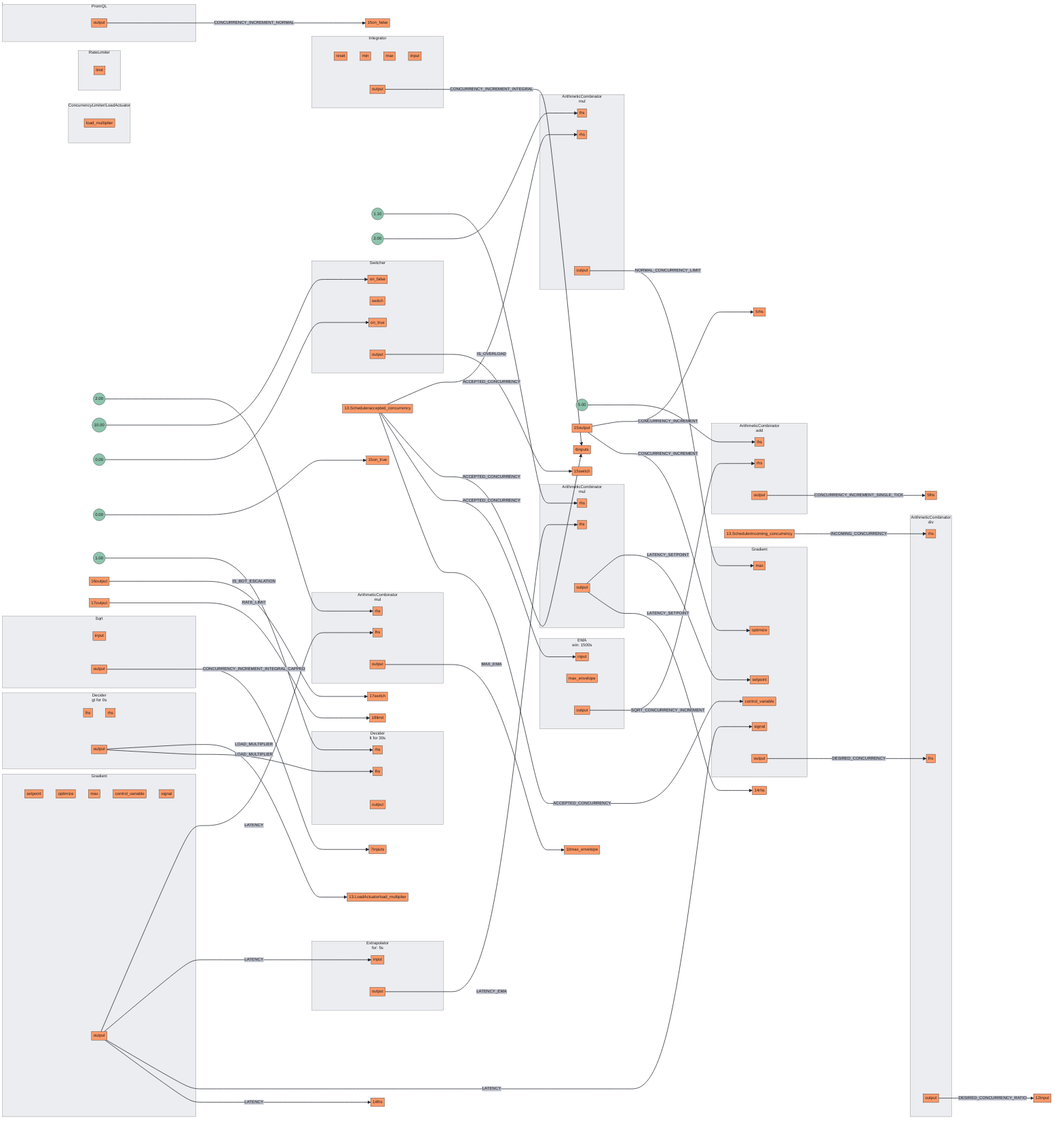
Above: docs/content/tutorials/flow-control/rate-limiting/assets/dynamic-rate-limiting/dynamic-rate-limiting.mmd.png in fluxninja/aperture (Mermaid), before the change. Its source is kept beside it as docs/content/tutorials/flow-control/rate-limiting/assets/dynamic-rate-limiting/dynamic-rate-limiting.mmd.
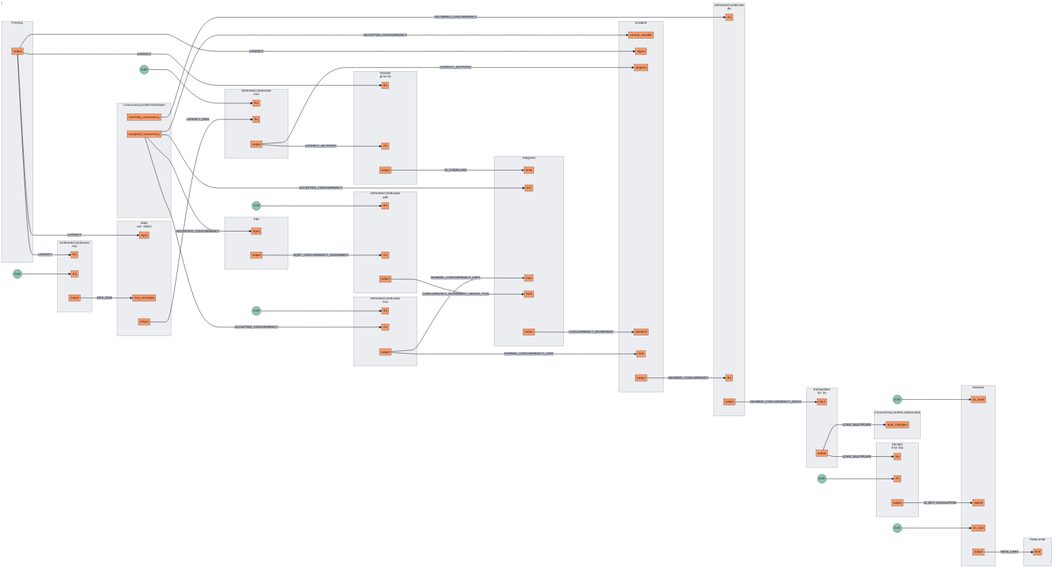
Later version of the same file.

The edit, as a diff of the source:
```diff
@@ -10,26 +10,26 @@
 0output[output]
 end
 end
-FakeConstant0((2.00))
+FakeConstant0((0.00))
 FakeConstant0 --> 0rhs
 subgraph 1[<center>ArithmeticCombinator<br/>mul</center>]
 subgraph 1_inports[ ]
 style 1_inports fill:none,stroke:none
+1rhs[rhs]
 1lhs[lhs]
-1rhs[rhs]
 end
 subgraph 1_outports[ ]
 style 1_outports fill:none,stroke:none
 1output[output]
 end
 end
-FakeConstant1((1.10))
+FakeConstant1((0.00))
 FakeConstant1 --> 1rhs
 subgraph 2[<center>ArithmeticCombinator<br/>div</center>]
 subgraph 2_inports[ ]
 style 2_inports fill:none,stroke:none
+2rhs[rhs]
 2lhs[lhs]
-2rhs[rhs]
 end
 subgraph 2_outports[ ]
 style 2_outports fill:none,stroke:none
@@ -47,28 +47,28 @@
 3output[output]
 end
 end
-FakeConstant2((2.00))
+FakeConstant2((0.00))
 FakeConstant2 --> 3lhs
 subgraph 4[<center>ArithmeticCombinator<br/>add</center>]
 subgraph 4_inports[ ]
 style 4_inports fill:none,stroke:none
+4lhs[lhs]
 4rhs[rhs]
-4lhs[lhs]
 end
 subgraph 4_outports[ ]
 style 4_outports fill:none,stroke:none
 4output[output]
 end
 end
-FakeConstant3((5.00))
+FakeConstant3((0.00))
 FakeConstant3 --> 4lhs
 subgraph 5[Integrator]
 subgraph 5_inports[ ]
 style 5_inports fill:none,stroke:none
+5reset[reset]
+5min[min]
 5max[max]
 5input[input]
-5reset[reset]
-5min[min]
 end
 subgraph 5_outports[ ]
 style 5_outports fill:none,stroke:none
@@ -105,11 +105,11 @@
 subgraph 9[Gradient]
 subgraph 9_inports[ ]
 style 9_inports fill:none,stroke:none
+9control_variable[control_variable]
+9signal[signal]
 9setpoint[setpoint]
 9optimize[optimize]
 9max[max]
-9control_variable[control_variable]
-9signal[signal]
 end
 subgraph 9_outports[ ]
 style 9_outports fill:none,stroke:none
@@ -157,7 +157,7 @@
 14output[output]
 end
 end
-FakeConstant4((10.00))
+FakeConstant4((0.00))
 FakeConstant4 --> 14on_false
 FakeConstant5((0.00))
 FakeConstant5 --> 14on_true
@@ -183,30 +183,30 @@
 13output[output]
 end
 end
-FakeConstant6((1.00))
+FakeConstant6((0.00))
 FakeConstant6 --> 13rhs
+0output --> |MAX_EMA| 8max_envelope
+3output --> |NORMAL_CONCURRENCY_LIMIT| 5max
+3output --> |NORMAL_CONCURRENCY_LIMIT| 9max
+4output --> |CONCURRENCY_INCREMENT_SINGLE_TICK| 5input
+10output --> |LOAD_MULTIPLIER| 11.LoadActuatorload_multiplier
+10output --> |LOAD_MULTIPLIER| 13lhs
+6output --> |SQRT_CONCURRENCY_INCREMENT| 4rhs
+8output --> |LATENCY_EMA| 1lhs
+11.Schedulerincoming_concurrency --> |INCOMING_CONCURRENCY| 2rhs
+14output --> |RATE_LIMIT| 15limit
+13output --> |IS_BOT_ESCALATION| 14switch
+1output --> |LATENCY_SETPOINT| 9setpoint
+1output --> |LATENCY_SETPOINT| 12rhs
+5output --> |CONCURRENCY_INCREMENT| 9optimize
+7output --> |LATENCY| 0lhs
+7output --> |LATENCY| 8input
+7output --> |LATENCY| 9signal
+7output --> |LATENCY| 12lhs
 11.Scheduleraccepted_concurrency --> |ACCEPTED_CONCURRENCY| 3rhs
 11.Scheduleraccepted_concurrency --> |ACCEPTED_CONCURRENCY| 5min
 11.Scheduleraccepted_concurrency --> |ACCEPTED_CONCURRENCY| 6input
 11.Scheduleraccepted_concurrency --> |ACCEPTED_CONCURRENCY| 9control_variable
-11.Schedulerincoming_concurrency --> |INCOMING_CONCURRENCY| 2rhs
-3output --> |NORMAL_CONCURRENCY_LIMIT| 5max
-3output --> |NORMAL_CONCURRENCY_LIMIT| 9max
-5output --> |CONCURRENCY_INCREMENT| 9optimize
+2output --> |DESIRED_CONCURRENCY_RATIO| 10input
 9output --> |DESIRED_CONCURRENCY| 2lhs
-10output --> |LOAD_MULTIPLIER| 11.LoadActuatorload_multiplier
-10output --> |LOAD_MULTIPLIER| 13lhs
-1output --> |LATENCY_SETPOINT| 9setpoint
-1output --> |LATENCY_SETPOINT| 12rhs
-8output --> |LATENCY_EMA| 1lhs
-13output --> |IS_BOT_ESCALATION| 14switch
-0output --> |MAX_EMA| 8max_envelope
-7output --> |LATENCY| 0lhs
-7output --> |LATENCY| 8input
-7output --> |LATENCY| 9signal
-7output --> |LATENCY| 12lhs
-14output --> |RATE_LIMIT| 15limit
-2output --> |DESIRED_CONCURRENCY_RATIO| 10input
-4output --> |CONCURRENCY_INCREMENT_SINGLE_TICK| 5input
-6output --> |SQRT_CONCURRENCY_INCREMENT| 4rhs
 12output --> |IS_OVERLOAD| 5reset
```
